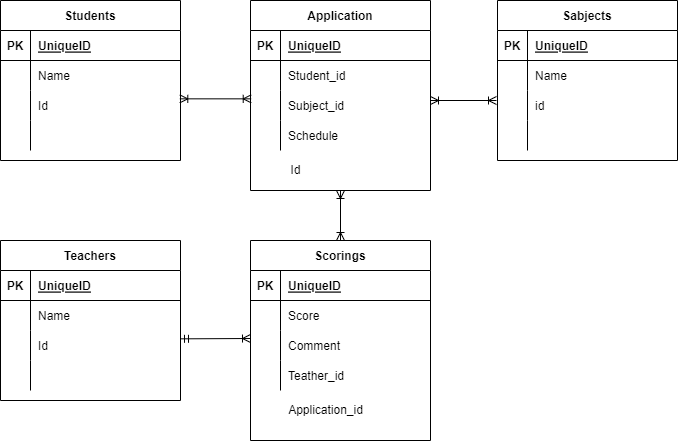
Earlier version of the draw.io export DRAW.drawio.png (akihiroabe50/ER-). Source tidied: cells renumbered, new cells last; positions are measured from the earlier drawing's top-left corner, leaving out a move shared by most shapes.
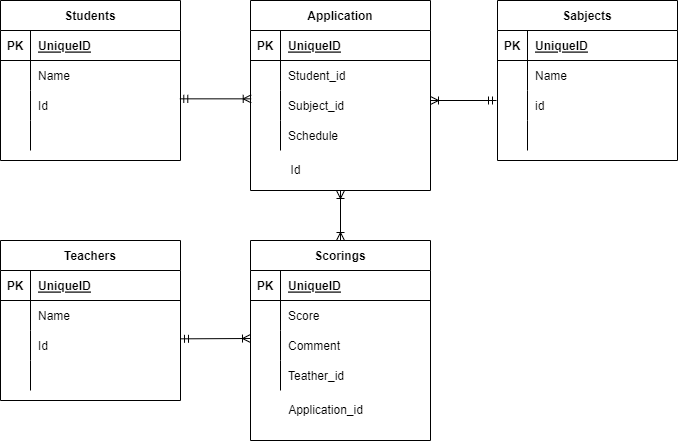
Above is the later version.

Diff of the diagram source:
```diff
@@ -158,7 +158,7 @@
     <mxCell id="53" value="Teather_id" style="shape=partialRectangle;fillColor=none;top=0;left=0;bottom=0;right=0;align=left;spacingLeft=6;overflow=hidden;" parent="51" vertex="1">
       <mxGeometry x="30" width="150" height="30" as="geometry" />
     </mxCell>
-    <mxCell id="54" style="endArrow=ERoneToMany;html=1;exitX=0.996;exitY=0.278;exitDx=0;exitDy=0;exitPerimeter=0;startArrow=ERoneToMany;startFill=0;endFill=0;entryX=0.004;entryY=0.278;entryDx=0;entryDy=0;entryPerimeter=0;" parent="1" edge="1" source="9" target="65">
+    <mxCell id="54" style="endArrow=ERoneToMany;html=1;exitX=0.996;exitY=0.278;exitDx=0;exitDy=0;exitPerimeter=0;startArrow=ERmandOne;startFill=0;endFill=0;entryX=0.004;entryY=0.278;entryDx=0;entryDy=0;entryPerimeter=0;" parent="1" edge="1" source="9" target="65">
       <mxGeometry relative="1" as="geometry" />
     </mxCell>
     <mxCell id="55" style="endArrow=ERoneToMany;html=1;exitX=1;exitY=0.278;exitDx=0;exitDy=0;exitPerimeter=0;endFill=0;startArrow=ERmandOne;startFill=0;" parent="1" edge="1" source="35">
@@ -166,7 +166,7 @@
         <mxPoint x="250" y="338" as="targetPoint" />
       </mxGeometry>
     </mxCell>
-    <mxCell id="56" style="endArrow=ERoneToMany;html=1;endFill=0;startArrow=ERoneToMany;startFill=0;" parent="1" edge="1">
+    <mxCell id="56" style="endArrow=ERmandOne;html=1;endFill=0;startArrow=ERoneToMany;startFill=0;" parent="1" edge="1">
       <mxGeometry relative="1" as="geometry">
         <mxPoint x="430" y="100" as="sourcePoint" />
         <mxPoint x="496" y="100" as="targetPoint" />
```
